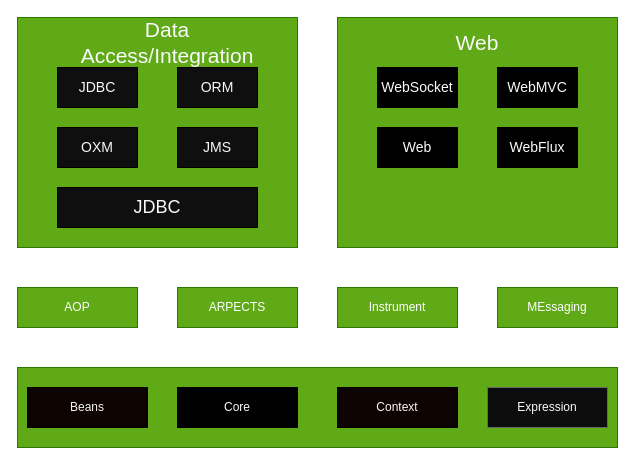
msqtt/Sources keeps this draw.io diagram as map/SpringJarSort.drawio. Above is the earlier version. Source tidied: cells renumbered, new cells numbered last; positions are measured from the earlier drawing's top-left corner, leaving out a move shared by most shapes. Both pictures are drawn from the tidied source at 100%, with x=0, y=0 at pixel (17, 17).
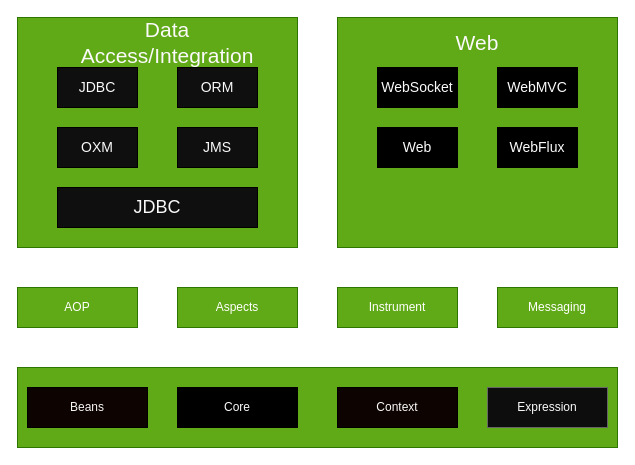
The same diagram, later.

What changed in the source:
```diff
@@
-    <mxCell id="14" value="MEssaging" style="rounded=0;whiteSpace=wrap;html=1;fillColor=#60a917;fontColor=#ffffff;strokeColor=#2D7600;" parent="1" vertex="1">
+    <mxCell id="14" value="Messaging" style="rounded=0;whiteSpace=wrap;html=1;fillColor=#60a917;fontColor=#ffffff;strokeColor=#2D7600;" parent="1" vertex="1">
       <mxGeometry x="480" y="270" width="120" height="40" as="geometry" />
     </mxCell>
-    <mxCell id="15" value="ARPECTS" style="rounded=0;whiteSpace=wrap;html=1;fillColor=#60a917;fontColor=#ffffff;strokeColor=#2D7600;" parent="1" vertex="1">
+    <mxCell id="15" value="Aspects" style="rounded=0;whiteSpace=wrap;html=1;fillColor=#60a917;fontColor=#ffffff;strokeColor=#2D7600;" parent="1" vertex="1">
       <mxGeometry x="160" y="270" width="120" height="40" as="geometry" />
     </mxCell>
```
